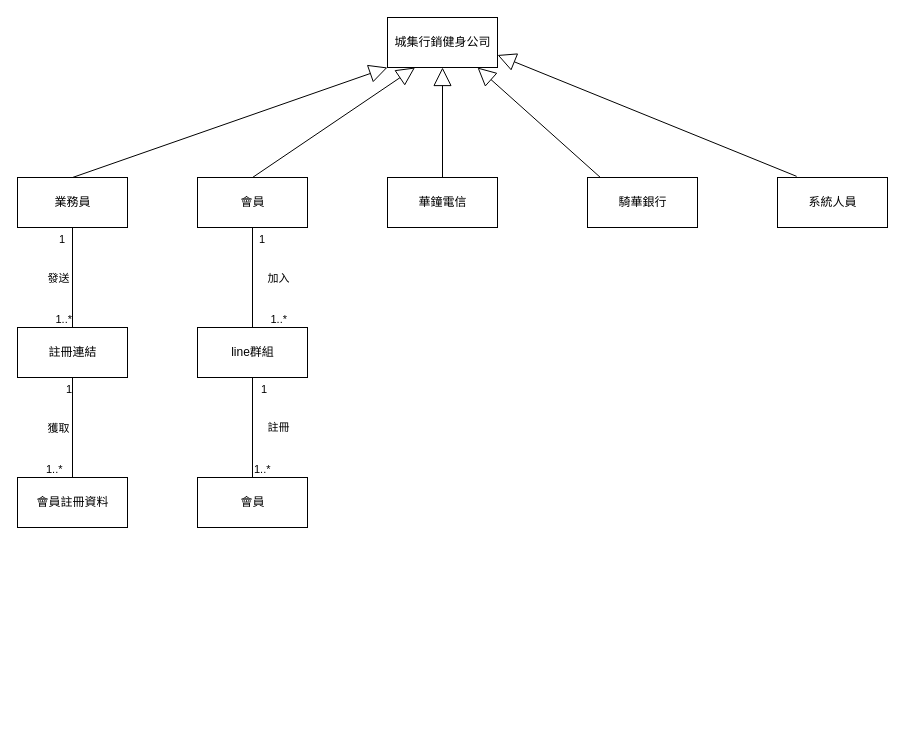
Above: page "(d) 小題" (2 of 2) of sample2.drawio in 109111114/110-2Mid (draw.io), before the change. Source tidied: cells renumbered, new cells numbered last; positions are measured from the earlier drawing's top-left corner, leaving out a move shared by most shapes. Both pictures are drawn from the tidied source at 100%, with x=0, y=0 at pixel (17, 17).
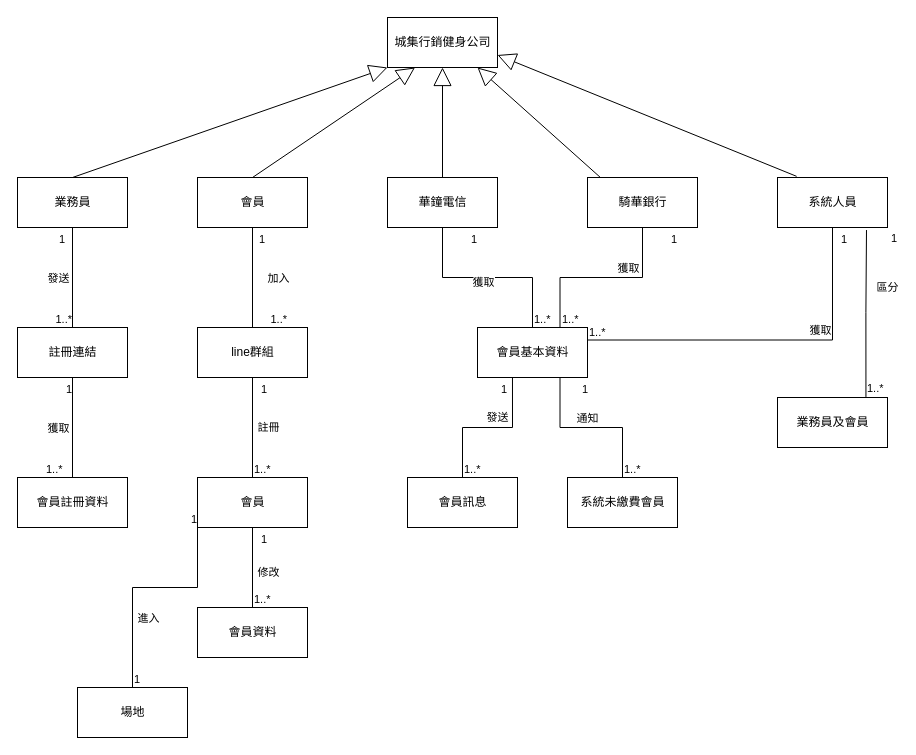
After the change.

The change refers to these unchanged cells:
```xml
<mxCell id="14" value="華鐘電信" style="html=1;" parent="1" vertex="1">
  <mxGeometry x="370" y="160" width="110" height="50" as="geometry" />
</mxCell>
<mxCell id="15" value="騎華銀行" style="html=1;" parent="1" vertex="1">
  <mxGeometry x="570" y="160" width="110" height="50" as="geometry" />
</mxCell>
<mxCell id="16" value="系統人員" style="html=1;" parent="1" vertex="1">
  <mxGeometry x="760" y="160" width="110" height="50" as="geometry" />
</mxCell>
<mxCell id="28" value="會員" style="html=1;" parent="1" vertex="1">
  <mxGeometry x="180" y="460" width="110" height="50" as="geometry" />
</mxCell>
<mxCell id="29" style="endArrow=none;html=1;edgeStyle=orthogonalEdgeStyle;rounded=0;exitX=0.5;exitY=0;exitDx=0;exitDy=0;entryX=0.5;entryY=1;entryDx=0;entryDy=0;" parent="1" edge="1" source="28" target="23">
  <mxGeometry relative="1" as="geometry" />
</mxCell>
```

The edit, as a diff of the source:
```diff
@@
     <mxCell id="32" value="註冊" style="edgeLabel;html=1;align=center;verticalAlign=middle;" parent="29" vertex="1">
       <mxGeometry x="0.27" relative="1" as="geometry">
-        <mxPoint x="25" y="13" as="offset" />
+        <mxPoint x="15" y="13" as="offset" />
       </mxGeometry>
     </mxCell>
+    <mxCell id="33" value="會員資料" style="html=1;" parent="1" vertex="1">
+      <mxGeometry x="180" y="590" width="110" height="50" as="geometry" />
+    </mxCell>
+    <mxCell id="34" style="endArrow=none;html=1;edgeStyle=orthogonalEdgeStyle;rounded=0;exitX=0.5;exitY=0;exitDx=0;exitDy=0;entryX=0.5;entryY=1;entryDx=0;entryDy=0;" parent="1" edge="1" source="33" target="28">
+      <mxGeometry relative="1" as="geometry" />
+    </mxCell>
+    <mxCell id="35" value="1..*" style="edgeLabel;html=1;align=left;verticalAlign=bottom;" parent="34" vertex="1">
+      <mxGeometry x="-1" relative="1" as="geometry" />
+    </mxCell>
+    <mxCell id="36" value="1" style="edgeLabel;html=1;align=right;verticalAlign=bottom;" parent="34" vertex="1">
+      <mxGeometry x="1" relative="1" as="geometry">
+        <mxPoint x="15" y="20" as="offset" />
+      </mxGeometry>
+    </mxCell>
+    <mxCell id="37" value="修改" style="edgeLabel;html=1;align=center;verticalAlign=middle;" parent="34" vertex="1">
+      <mxGeometry x="0.28" y="1" relative="1" as="geometry">
+        <mxPoint x="16" y="15" as="offset" />
+      </mxGeometry>
+    </mxCell>
+    <mxCell id="38" value="場地" style="html=1;" parent="1" vertex="1">
+      <mxGeometry x="60" y="670" width="110" height="50" as="geometry" />
+    </mxCell>
+    <mxCell id="39" style="endArrow=none;html=1;edgeStyle=orthogonalEdgeStyle;rounded=0;entryX=0;entryY=1;entryDx=0;entryDy=0;exitX=0.5;exitY=0;exitDx=0;exitDy=0;" parent="1" edge="1" source="38" target="28">
+      <mxGeometry relative="1" as="geometry">
+        <Array as="points">
+          <mxPoint x="115" y="570" />
+          <mxPoint x="180" y="570" />
+        </Array>
+      </mxGeometry>
+    </mxCell>
+    <mxCell id="40" value="1" style="edgeLabel;html=1;align=left;verticalAlign=bottom;" parent="39" vertex="1">
+      <mxGeometry x="-1" relative="1" as="geometry" />
+    </mxCell>
+    <mxCell id="41" value="1" style="edgeLabel;html=1;align=right;verticalAlign=bottom;" parent="39" vertex="1">
+      <mxGeometry x="1" relative="1" as="geometry" />
+    </mxCell>
+    <mxCell id="42" value="進入" style="edgeLabel;html=1;align=center;verticalAlign=middle;" parent="39" vertex="1">
+      <mxGeometry x="-0.26" y="1" relative="1" as="geometry">
+        <mxPoint x="16" y="13" as="offset" />
+      </mxGeometry>
+    </mxCell>
+    <mxCell id="43" value="會員基本資料" style="html=1;" parent="1" vertex="1">
+      <mxGeometry x="460" y="310" width="110" height="50" as="geometry" />
+    </mxCell>
+    <mxCell id="44" style="endArrow=none;html=1;edgeStyle=orthogonalEdgeStyle;rounded=0;exitX=0.5;exitY=0;exitDx=0;exitDy=0;entryX=0.5;entryY=1;entryDx=0;entryDy=0;" parent="1" edge="1" source="43" target="14">
+      <mxGeometry relative="1" as="geometry" />
+    </mxCell>
+    <mxCell id="45" value="1..*" style="edgeLabel;html=1;align=left;verticalAlign=bottom;" parent="44" vertex="1">
+      <mxGeometry x="-1" relative="1" as="geometry" />
+    </mxCell>
+    <mxCell id="46" value="1" style="edgeLabel;html=1;align=right;verticalAlign=bottom;" parent="44" vertex="1">
+      <mxGeometry x="1" relative="1" as="geometry">
+        <mxPoint x="35" y="20" as="offset" />
+      </mxGeometry>
+    </mxCell>
+    <mxCell id="47" value="獲取" style="edgeLabel;html=1;align=center;verticalAlign=middle;" parent="44" vertex="1">
+      <mxGeometry x="0.31" y="-1" relative="1" as="geometry">
+        <mxPoint x="24" y="5" as="offset" />
+      </mxGeometry>
+    </mxCell>
+    <mxCell id="48" style="endArrow=none;html=1;edgeStyle=orthogonalEdgeStyle;rounded=0;exitX=0.75;exitY=0;exitDx=0;exitDy=0;entryX=0.5;entryY=1;entryDx=0;entryDy=0;" parent="1" edge="1" source="43" target="15">
+      <mxGeometry relative="1" as="geometry" />
+    </mxCell>
+    <mxCell id="49" value="1..*" style="edgeLabel;html=1;align=left;verticalAlign=bottom;" parent="48" vertex="1">
+      <mxGeometry x="-1" relative="1" as="geometry" />
+    </mxCell>
+    <mxCell id="50" value="1" style="edgeLabel;html=1;align=right;verticalAlign=bottom;" parent="48" vertex="1">
+      <mxGeometry x="1" relative="1" as="geometry">
+        <mxPoint x="35" y="20" as="offset" />
+      </mxGeometry>
+    </mxCell>
+    <mxCell id="51" value="獲取" style="edgeLabel;html=1;align=center;verticalAlign=middle;" parent="48" vertex="1">
+      <mxGeometry x="0.31" y="-1" relative="1" as="geometry">
+        <mxPoint x="-2" y="-11" as="offset" />
+      </mxGeometry>
+    </mxCell>
+    <mxCell id="52" value="會員訊息" style="html=1;" parent="1" vertex="1">
+      <mxGeometry x="390" y="460" width="110" height="50" as="geometry" />
+    </mxCell>
+    <mxCell id="53" value="發送" style="endArrow=none;html=1;edgeStyle=orthogonalEdgeStyle;rounded=0;entryX=0.318;entryY=0.993;entryDx=0;entryDy=0;entryPerimeter=0;exitX=0.5;exitY=0;exitDx=0;exitDy=0;" parent="1" edge="1" source="52" target="43">
+      <mxGeometry x="0.13" y="10" relative="1" as="geometry" />
+    </mxCell>
+    <mxCell id="54" value="1..*" style="edgeLabel;html=1;align=left;verticalAlign=bottom;" parent="53" vertex="1">
+      <mxGeometry x="-1" relative="1" as="geometry" />
+    </mxCell>
+    <mxCell id="55" value="1" style="edgeLabel;html=1;align=right;verticalAlign=bottom;" parent="53" vertex="1">
+      <mxGeometry x="1" relative="1" as="geometry">
+        <mxPoint x="-5" y="20" as="offset" />
+      </mxGeometry>
+    </mxCell>
+    <mxCell id="56" value="系統未繳費會員" style="html=1;" parent="1" vertex="1">
+      <mxGeometry x="550" y="460" width="110" height="50" as="geometry" />
+    </mxCell>
+    <mxCell id="57" style="endArrow=none;html=1;edgeStyle=orthogonalEdgeStyle;rounded=0;exitX=0.5;exitY=0;exitDx=0;exitDy=0;entryX=0.75;entryY=1;entryDx=0;entryDy=0;" parent="1" edge="1" source="56" target="43">
+      <mxGeometry relative="1" as="geometry" />
+    </mxCell>
+    <mxCell id="58" value="1..*" style="edgeLabel;html=1;align=left;verticalAlign=bottom;" parent="57" vertex="1">
+      <mxGeometry x="-1" relative="1" as="geometry" />
+    </mxCell>
+    <mxCell id="59" value="1" style="edgeLabel;html=1;align=right;verticalAlign=bottom;" parent="57" vertex="1">
+      <mxGeometry x="1" relative="1" as="geometry">
+        <mxPoint x="28" y="20" as="offset" />
+      </mxGeometry>
+    </mxCell>
+    <mxCell id="60" value="通知" style="edgeLabel;html=1;align=center;verticalAlign=middle;" parent="57" vertex="1">
+      <mxGeometry x="-0.12" y="-2" relative="1" as="geometry">
+        <mxPoint x="-14" y="-8" as="offset" />
+      </mxGeometry>
+    </mxCell>
+    <mxCell id="61" style="endArrow=none;html=1;edgeStyle=orthogonalEdgeStyle;rounded=0;exitX=1;exitY=0.25;exitDx=0;exitDy=0;entryX=0.5;entryY=1;entryDx=0;entryDy=0;" parent="1" edge="1" source="43" target="16">
+      <mxGeometry relative="1" as="geometry" />
+    </mxCell>
+    <mxCell id="62" value="1..*" style="edgeLabel;html=1;align=left;verticalAlign=bottom;" parent="61" vertex="1">
+      <mxGeometry x="-1" relative="1" as="geometry" />
+    </mxCell>
+    <mxCell id="63" value="1" style="edgeLabel;html=1;align=right;verticalAlign=bottom;" parent="61" vertex="1">
+      <mxGeometry x="1" relative="1" as="geometry">
+        <mxPoint x="15" y="20" as="offset" />
+      </mxGeometry>
+    </mxCell>
+    <mxCell id="64" value="獲取" style="edgeLabel;html=1;align=center;verticalAlign=middle;" parent="61" vertex="1">
+      <mxGeometry x="0.31" y="-1" relative="1" as="geometry">
+        <mxPoint x="-2" y="-11" as="offset" />
+      </mxGeometry>
+    </mxCell>
+    <mxCell id="65" value="業務員及會員" style="html=1;" parent="1" vertex="1">
+      <mxGeometry x="760" y="380" width="110" height="50" as="geometry" />
+    </mxCell>
+    <mxCell id="66" style="endArrow=none;html=1;edgeStyle=orthogonalEdgeStyle;rounded=0;exitX=0.804;exitY=-0.011;exitDx=0;exitDy=0;exitPerimeter=0;entryX=0.809;entryY=1.051;entryDx=0;entryDy=0;entryPerimeter=0;" parent="1" edge="1" source="65" target="16">
+      <mxGeometry relative="1" as="geometry" />
+    </mxCell>
+    <mxCell id="67" value="1..*" style="edgeLabel;html=1;align=left;verticalAlign=bottom;" parent="66" vertex="1">
+      <mxGeometry x="-1" relative="1" as="geometry" />
+    </mxCell>
+    <mxCell id="68" value="1" style="edgeLabel;html=1;align=right;verticalAlign=bottom;" parent="66" vertex="1">
+      <mxGeometry x="1" relative="1" as="geometry">
+        <mxPoint x="31" y="17" as="offset" />
+      </mxGeometry>
+    </mxCell>
+    <mxCell id="69" value="區分" style="edgeLabel;html=1;align=center;verticalAlign=middle;" parent="66" vertex="1">
+      <mxGeometry x="0.38" relative="1" as="geometry">
+        <mxPoint x="21" y="5" as="offset" />
+      </mxGeometry>
+    </mxCell>
```
